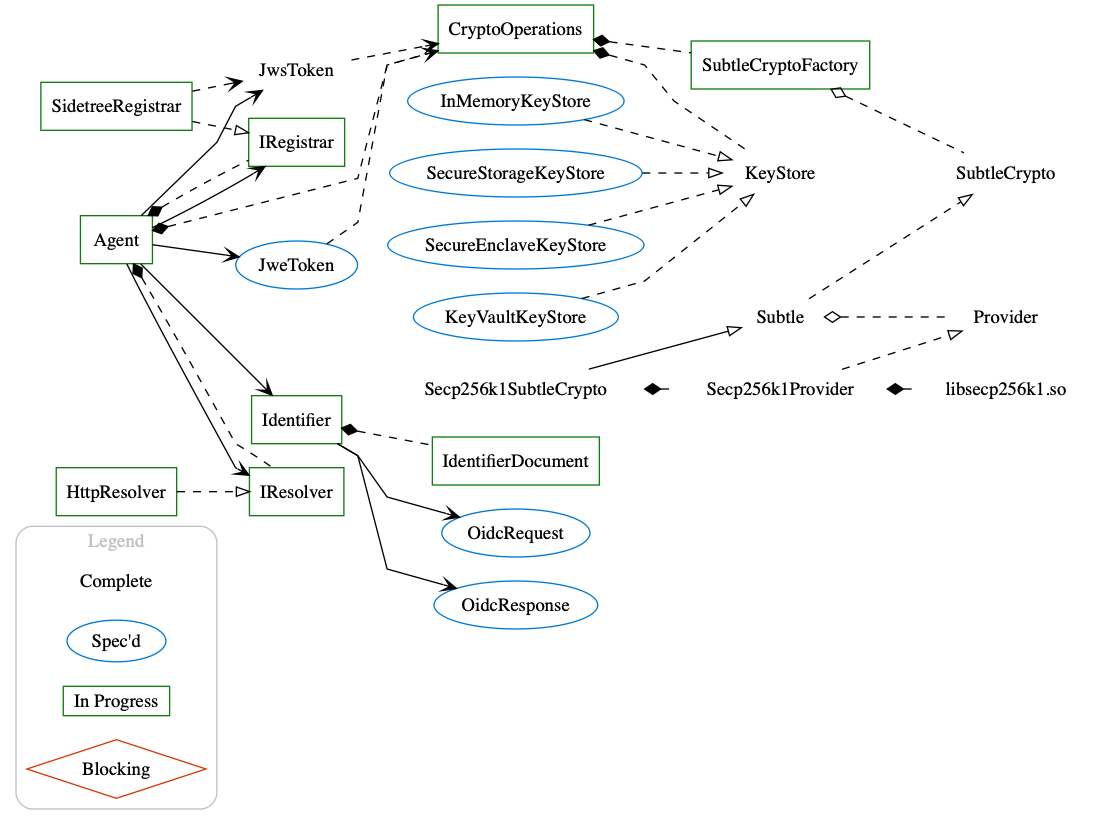
Before: docs/assets/overallStatus.gv.png, a diagram exported from Graphviz (microsoft/VerifiableCredential-SDK-Android). Its source is kept beside it as docs/assets/overallStatus.gv.
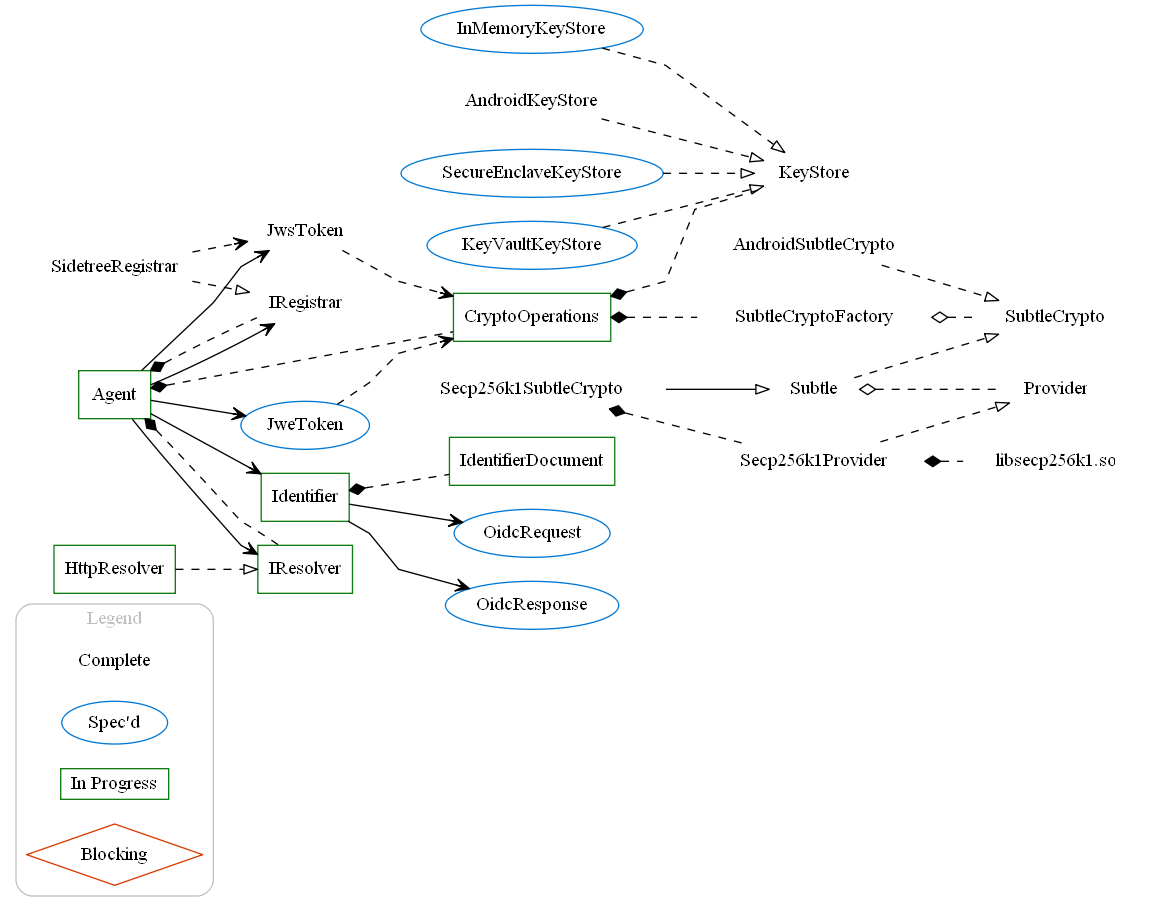
Later version of the same file.

Commit message:
fixing bugs and adding updated status image.

Diff of the diagram source:
```diff
@@ -36,9 +36,16 @@
   libsecp256k1[label="libsecp256k1.so", layer=private]
 
   KeyStore
+  AndroidKeyStore[layer=private]
+
+  SubtleCryptoFactory
 
   Secp256k1SubtleCrypto
   Secp256k1Provider
+  AndroidSubtleCrypto[layer=private]
+
+  IRegistrar
+  SidetreeRegistrar
 
   node[color="#107c10", shape=box, layer=public]
 
@@ -46,15 +53,10 @@
   Identifier
   IdentifierDocument
 
-  IRegistrar
-  SidetreeRegistrar
-
   IResolver
   HttpResolver
 
   CryptoOperations
-
-  SubtleCryptoFactory
 
   node[color="#0078d4", shape=ellipse, layer=public]
 
@@ -63,7 +65,6 @@
 
   JweToken
 
-  SecureStorageKeyStore[layer=private]
   SecureEnclaveKeyStore[layer=private]
   KeyVaultKeyStore[layer=private]
   InMemoryKeyStore[layer=private]
@@ -87,7 +88,8 @@
   HttpResolver -> IResolver
   Secp256k1Provider -> Provider
   Subtle -> SubtleCrypto
-  SecureStorageKeyStore -> KeyStore
+  AndroidSubtleCrypto -> SubtleCrypto
+  AndroidKeyStore -> KeyStore
   SecureEnclaveKeyStore -> KeyStore
   KeyVaultKeyStore -> KeyStore
   InMemoryKeyStore -> KeyStore
```
